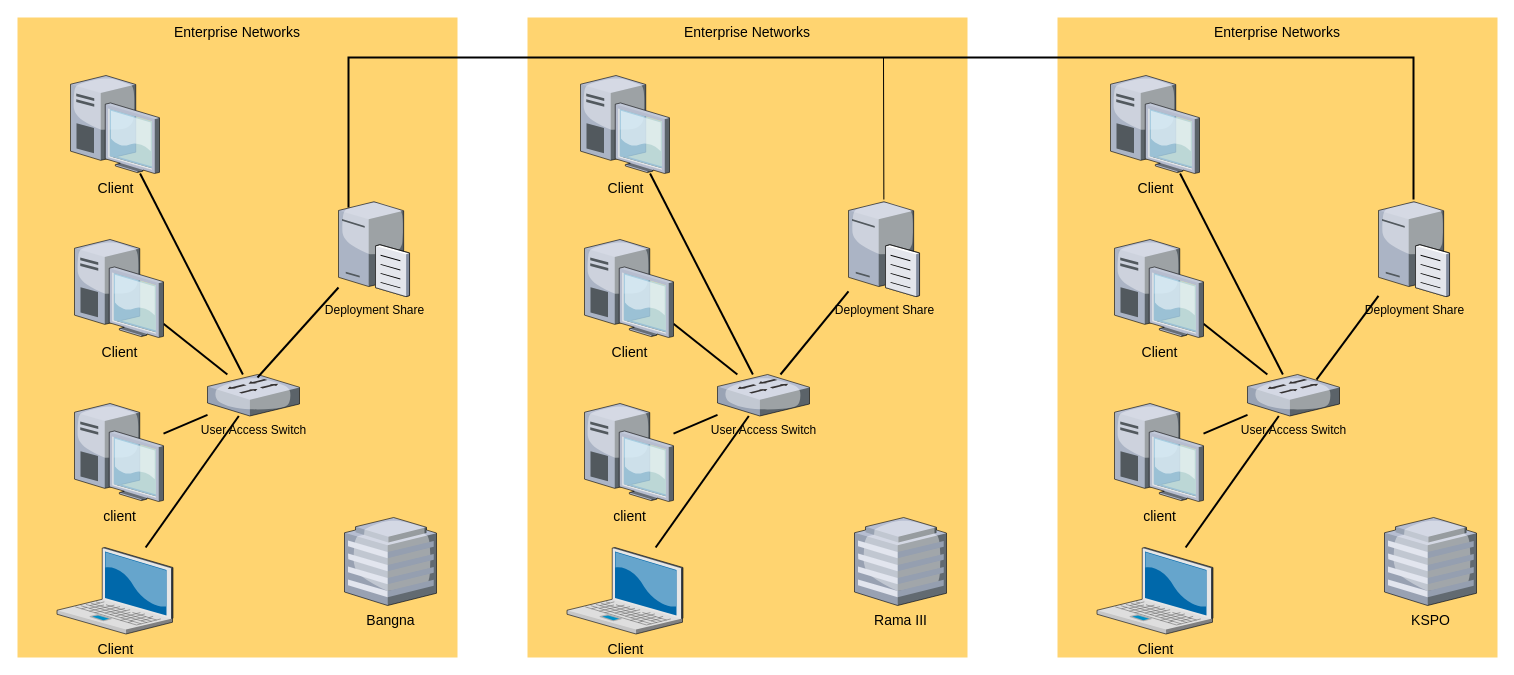
Above: Untitled Diagram.drawio in Eddardx/MDT (draw.io), before the change. Source tidied: cells renumbered, new cells numbered last; positions are measured from the earlier drawing's top-left corner, leaving out a move shared by most shapes. Both pictures are drawn from the tidied source at 100%, with x=0, y=0 at pixel (17, 17).
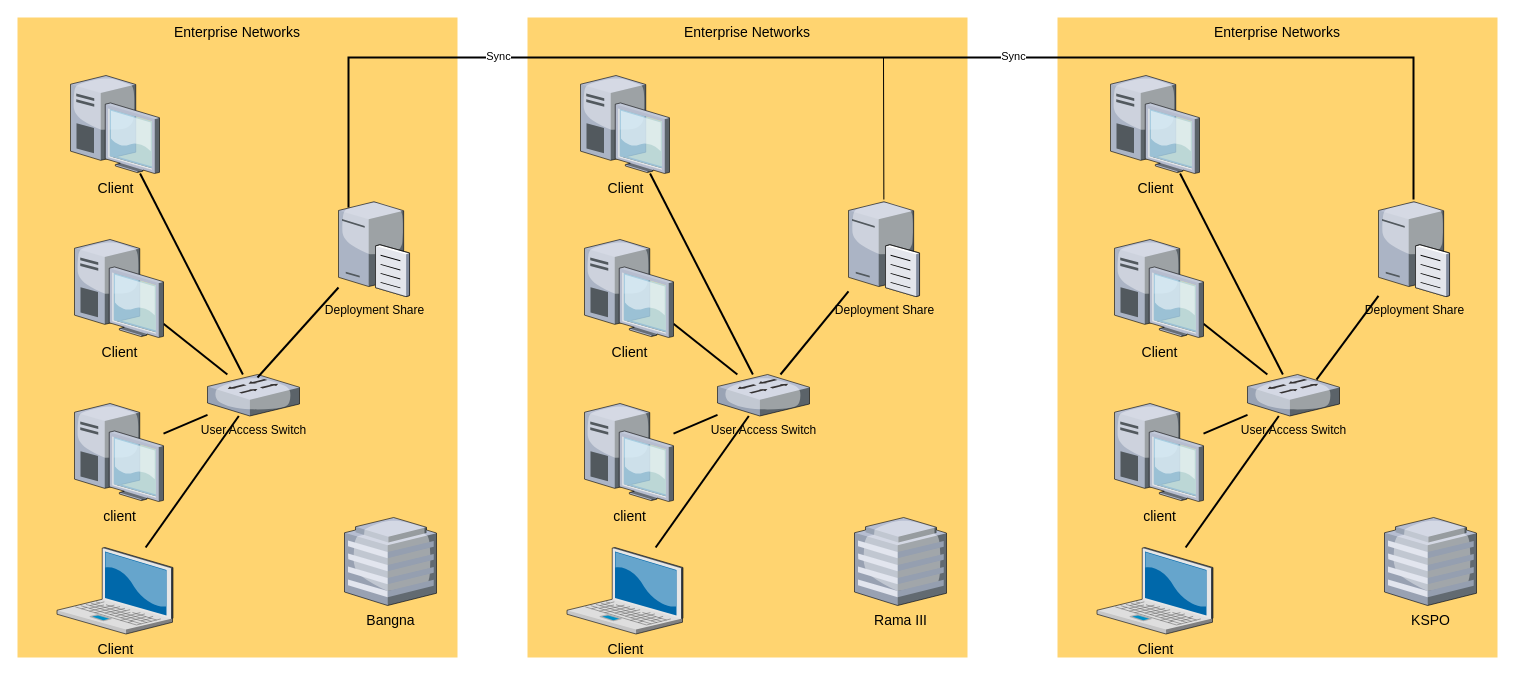
After the change.

The change refers to these unchanged cells:
```xml
<mxCell id="39" style="edgeStyle=orthogonalEdgeStyle;rounded=0;html=1;startSize=10;endSize=10;jettySize=auto;fontSize=14;endArrow=none;endFill=0;strokeWidth=2;" parent="1" edge="1" target="36">
  <mxGeometry relative="1" as="geometry">
    <mxPoint x="331" y="190" as="sourcePoint" />
    <Array as="points">
      <mxPoint x="331" y="40" />
      <mxPoint x="1396" y="40" />
    </Array>
  </mxGeometry>
</mxCell>
```

Diff of the diagram source:
```diff
@@
+    <mxCell id="43" value="Sync" style="edgeLabel;html=1;align=center;verticalAlign=middle;" parent="39" vertex="1">
+      <mxGeometry x="-0.56" y="2" relative="1" as="geometry" />
+    </mxCell>
+    <mxCell id="44" value="Sync" style="edgeLabel;html=1;align=center;verticalAlign=middle;" parent="39" vertex="1">
+      <mxGeometry x="0.2" y="2" relative="1" as="geometry" />
+    </mxCell>
```
